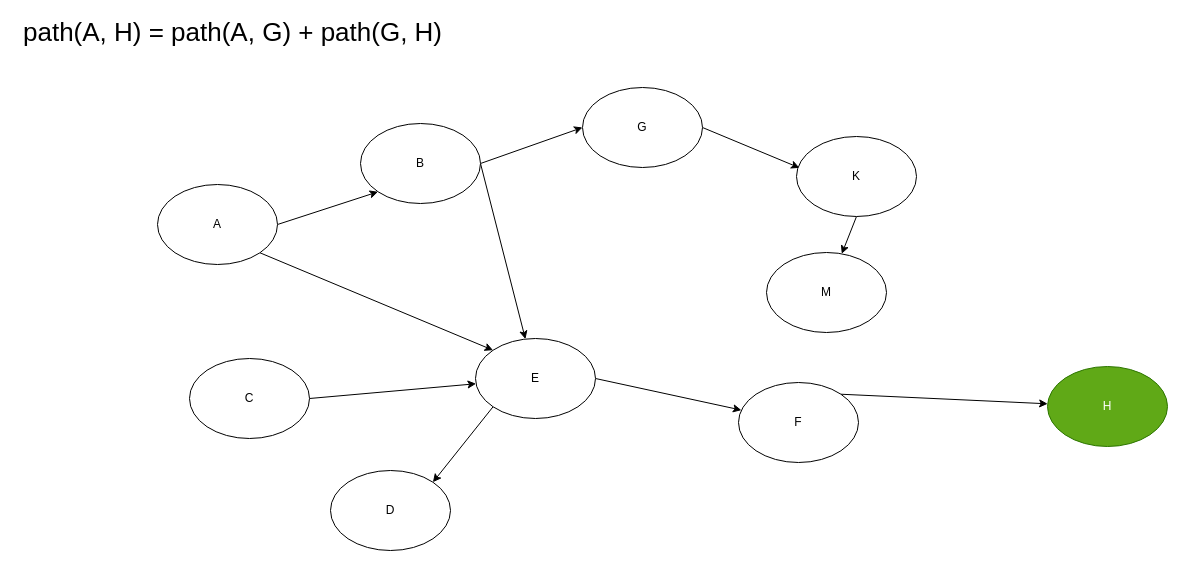
Above: doc/迷宫.dio in RenJiyun/psyduck (draw.io), before the change. Source tidied: cells renumbered, new cells numbered last; positions are measured from the earlier drawing's top-left corner, leaving out a move shared by most shapes. Both pictures are drawn from the tidied source at 100%, with x=0, y=0 at pixel (17, 21).
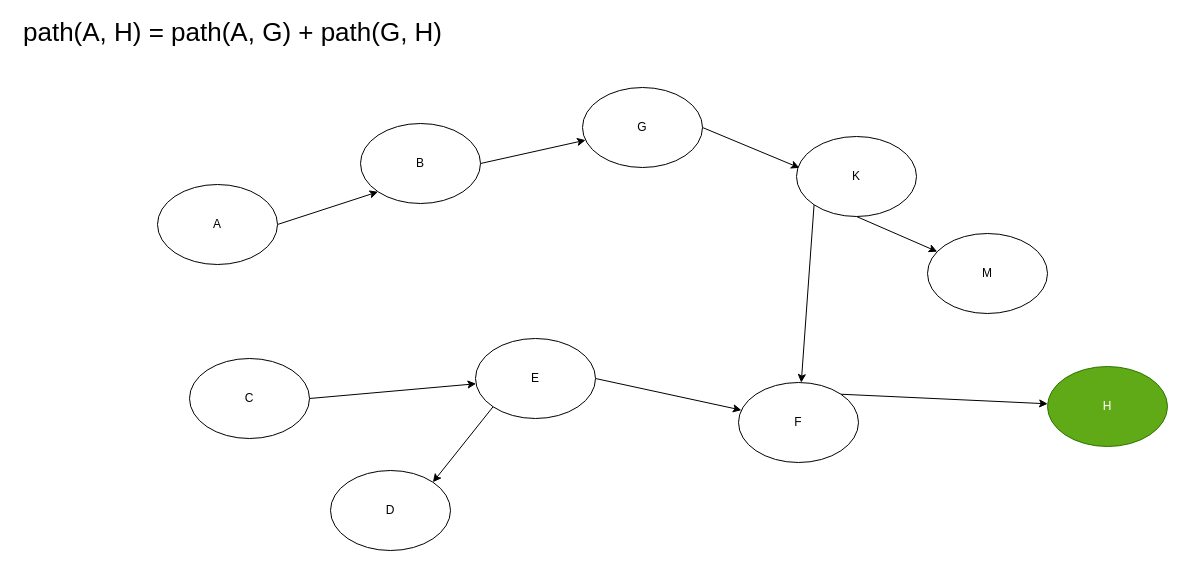
After the change.

Unchanged cells that the change refers to:
```xml
<mxCell id="4" value="A" style="ellipse;whiteSpace=wrap;html=1;" parent="1" vertex="1">
  <mxGeometry x="140" y="163" width="120" height="80" as="geometry" />
</mxCell>
<mxCell id="7" value="B" style="ellipse;whiteSpace=wrap;html=1;" parent="1" vertex="1">
  <mxGeometry x="343" y="102" width="120" height="80" as="geometry" />
</mxCell>
<mxCell id="10" value="G" style="ellipse;whiteSpace=wrap;html=1;" parent="1" vertex="1">
  <mxGeometry x="565" y="66" width="120" height="80" as="geometry" />
</mxCell>
<mxCell id="13" value="E" style="ellipse;whiteSpace=wrap;html=1;" parent="1" vertex="1">
  <mxGeometry x="458" y="317" width="120" height="80" as="geometry" />
</mxCell>
<mxCell id="18" value="F" style="ellipse;whiteSpace=wrap;html=1;" parent="1" vertex="1">
  <mxGeometry x="721" y="361" width="120" height="80" as="geometry" />
</mxCell>
<mxCell id="20" value="K" style="ellipse;whiteSpace=wrap;html=1;" parent="1" vertex="1">
  <mxGeometry x="779" y="115" width="120" height="80" as="geometry" />
</mxCell>
```

What changed in the source:
```diff
@@
-    <mxCell id="3" style="edgeStyle=none;rounded=0;jettySize=auto;html=1;exitX=1;exitY=1;exitDx=0;exitDy=0;entryX=0;entryY=0;entryDx=0;entryDy=0;" parent="1" edge="1" source="4" target="13">
-      <mxGeometry relative="1" as="geometry" />
-    </mxCell>
@@
-    <mxCell id="5" style="edgeStyle=none;rounded=0;jettySize=auto;html=1;exitX=1;exitY=0.5;exitDx=0;exitDy=0;" parent="1" edge="1" source="7" target="13">
-      <mxGeometry relative="1" as="geometry" />
-    </mxCell>
-    <mxCell id="6" style="edgeStyle=none;rounded=0;jettySize=auto;html=1;exitX=1;exitY=0.5;exitDx=0;exitDy=0;entryX=0;entryY=0.5;entryDx=0;entryDy=0;" parent="1" edge="1" source="7" target="10">
+    <mxCell id="6" style="edgeStyle=none;rounded=0;jettySize=auto;html=1;exitX=1;exitY=0.5;exitDx=0;exitDy=0;" parent="1" edge="1" source="7" target="10">
       <mxGeometry relative="1" as="geometry" />
     </mxCell>
@@
+    <mxCell id="23" style="edgeStyle=none;rounded=0;jettySize=auto;html=1;exitX=0;exitY=1;exitDx=0;exitDy=0;" parent="1" edge="1" source="20" target="18">
+      <mxGeometry relative="1" as="geometry" />
+    </mxCell>
@@
     <mxCell id="21" value="M" style="ellipse;whiteSpace=wrap;html=1;" parent="1" vertex="1">
-      <mxGeometry x="749" y="231" width="120" height="80" as="geometry" />
+      <mxGeometry x="910" y="212" width="120" height="80" as="geometry" />
     </mxCell>
```
